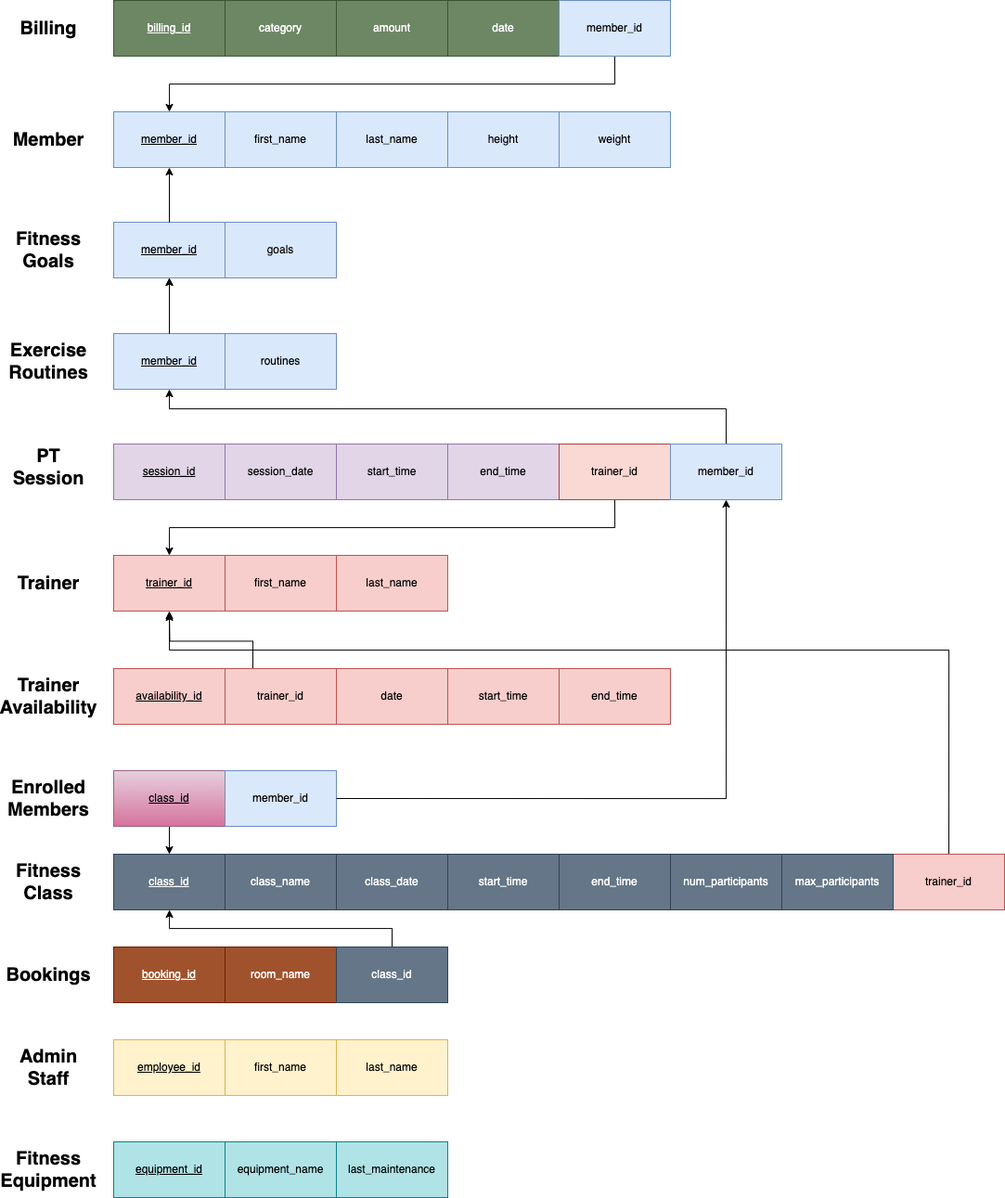
This is Diagrams/Fitness-Club-RD-Schema.png from WillMarcuss/Health-and-Fitness-Club-Management-System, a draw.io export, as it was before one commit. Source tidied: cells renumbered, new cells last; positions are measured from the earlier drawing's top-left corner, leaving out a move shared by most shapes.
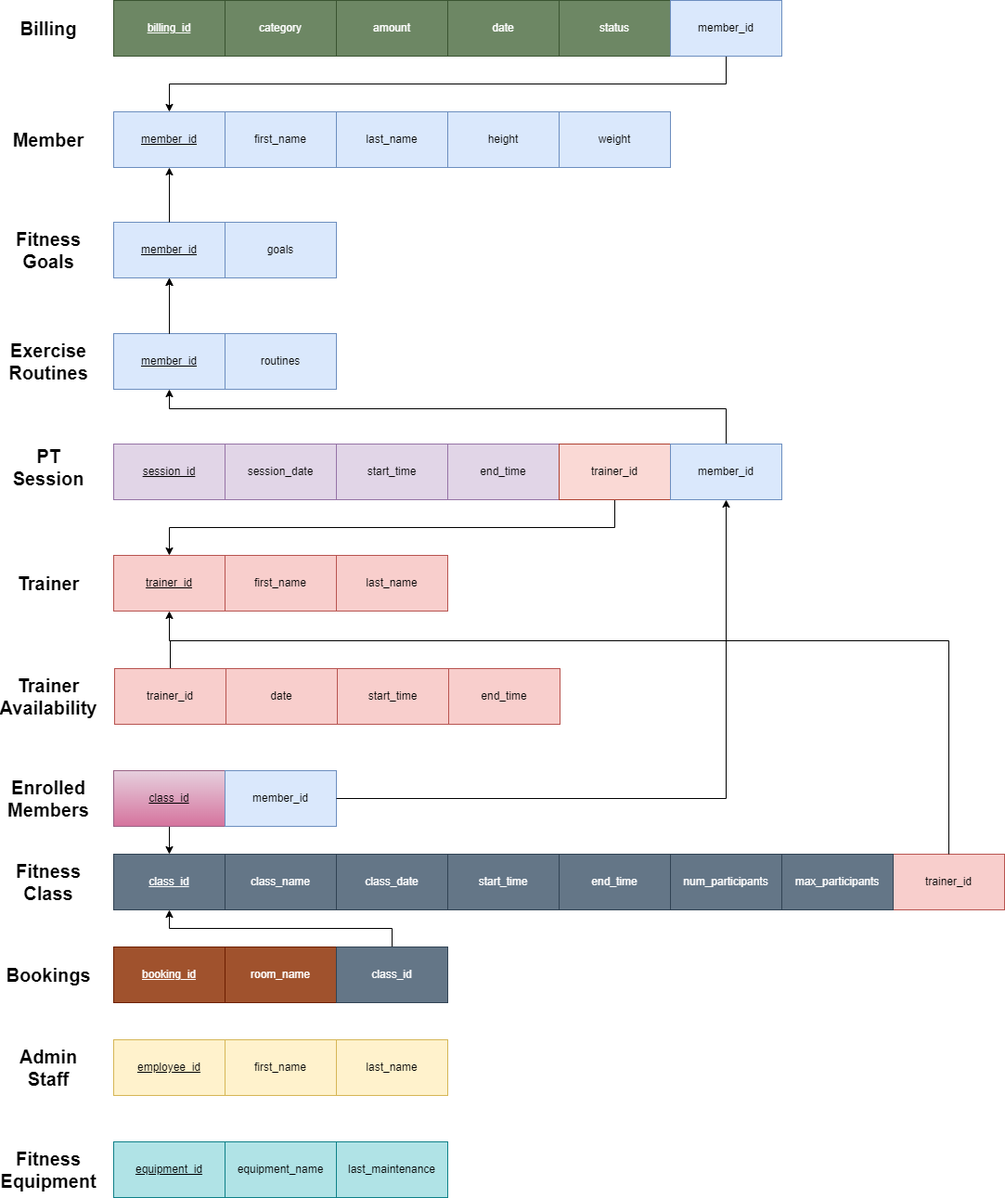
The same diagram one commit later.

What changed in the source:
```diff
@@ -145,14 +145,6 @@
     <mxCell id="47" value="&lt;span style=&quot;font-size: 20px;&quot;&gt;&lt;b&gt;Bookings&lt;/b&gt;&lt;/span&gt;" style="text;html=1;align=center;verticalAlign=middle;whiteSpace=wrap;rounded=0;" parent="42" vertex="1">
       <mxGeometry y="15" width="60" height="30" as="geometry" />
     </mxCell>
-    <mxCell id="48" style="edgeStyle=orthogonalEdgeStyle;rounded=0;jettySize=auto;html=1;exitX=0.5;exitY=0;exitDx=0;exitDy=0;entryX=0.5;entryY=1;entryDx=0;entryDy=0;" parent="1" edge="1" source="71" target="5">
-      <mxGeometry relative="1" as="geometry">
-        <Array as="points">
-          <mxPoint x="1000" y="700" />
-          <mxPoint x="160" y="700" />
-        </Array>
-      </mxGeometry>
-    </mxCell>
     <mxCell id="49" style="group;" parent="1" vertex="1">
       <mxGeometry width="700" height="60" as="geometry" />
     </mxCell>
@@ -171,9 +163,9 @@
     <mxCell id="54" value="date" style="rounded=0;whiteSpace=wrap;html=1;fillColor=#6d8764;strokeColor=#3A5431;fontColor=#ffffff;" parent="49" vertex="1">
       <mxGeometry x="460" width="120" height="60" as="geometry" />
     </mxCell>
-    <mxCell id="55" value="member_id" style="rounded=0;whiteSpace=wrap;html=1;fillColor=#dae8fc;strokeColor=#6c8ebf;" parent="49" vertex="1">
-      <mxGeometry x="580" width="120" height="60" as="geometry" />
-    </mxCell>
+    <mxCell id="89" value="status" style="rounded=0;whiteSpace=wrap;html=1;fillColor=#6d8764;strokeColor=#3A5431;fontColor=#ffffff;" parent="49" vertex="1">
+      <mxGeometry x="580" width="120" height="60" as="geometry" />
+    </mxCell>
     <mxCell id="56" style="group;" parent="1" vertex="1">
       <mxGeometry y="478" width="820" height="60" as="geometry" />
     </mxCell>
@@ -249,20 +241,17 @@
     <mxCell id="80" style="edgeStyle=orthogonalEdgeStyle;rounded=0;jettySize=auto;html=1;exitX=1;exitY=0.5;exitDx=0;exitDy=0;entryX=0.5;entryY=1;entryDx=0;entryDy=0;" parent="1" edge="1" source="69" target="63">
       <mxGeometry relative="1" as="geometry" />
     </mxCell>
-    <mxCell id="81" style="edgeStyle=orthogonalEdgeStyle;rounded=0;jettySize=auto;html=1;exitX=0.25;exitY=0;exitDx=0;exitDy=0;" parent="1" edge="1" source="85">
-      <mxGeometry relative="1" as="geometry">
-        <mxPoint x="160" y="660" as="targetPoint" />
-      </mxGeometry>
-    </mxCell>
     <mxCell id="82" value="&lt;font style=&quot;font-size: 20px;&quot;&gt;&lt;b&gt;Trainer Availability&lt;/b&gt;&lt;/font&gt;" style="text;html=1;align=center;verticalAlign=middle;whiteSpace=wrap;rounded=0;" parent="1" vertex="1">
       <mxGeometry y="735" width="60" height="30" as="geometry" />
     </mxCell>
-    <mxCell id="83" value="&lt;u&gt;availability_id&lt;/u&gt;" style="rounded=0;whiteSpace=wrap;html=1;fillColor=#f8cecc;strokeColor=#b85450;" parent="1" vertex="1">
-      <mxGeometry x="100" y="720" width="120" height="60" as="geometry" />
-    </mxCell>
     <mxCell id="84" style="group;" parent="1" vertex="1">
-      <mxGeometry x="220" y="720" width="480" height="60" as="geometry" />
+      <mxGeometry x="101" y="720" width="480" height="60" as="geometry" />
     </mxCell>
+    <mxCell id="90" style="edgeStyle=orthogonalEdgeStyle;rounded=0;jettySize=auto;html=1;exitX=0.5;exitY=0;exitDx=0;exitDy=0;endArrow=none;endFill=0;" parent="84" edge="1" source="85">
+      <mxGeometry relative="1" as="geometry">
+        <mxPoint x="60" y="-30" as="targetPoint" />
+      </mxGeometry>
+    </mxCell>
     <mxCell id="85" value="trainer_id" style="rounded=0;whiteSpace=wrap;html=1;fillColor=#f8cecc;strokeColor=#b85450;" parent="84" vertex="1">
       <mxGeometry width="120" height="60" as="geometry" />
     </mxCell>
@@ -275,5 +264,16 @@
     <mxCell id="88" value="end_time" style="rounded=0;whiteSpace=wrap;html=1;fillColor=#f8cecc;strokeColor=#b85450;" parent="84" vertex="1">
       <mxGeometry x="360" width="120" height="60" as="geometry" />
     </mxCell>
+    <mxCell id="55" value="member_id" style="rounded=0;whiteSpace=wrap;html=1;fillColor=#dae8fc;strokeColor=#6c8ebf;" parent="1" vertex="1">
+      <mxGeometry x="700" width="120" height="60" as="geometry" />
+    </mxCell>
+    <mxCell id="48" style="edgeStyle=orthogonalEdgeStyle;rounded=0;jettySize=auto;html=1;exitX=0.5;exitY=0;exitDx=0;exitDy=0;entryX=0.5;entryY=1;entryDx=0;entryDy=0;" parent="1" edge="1" source="71" target="5">
+      <mxGeometry relative="1" as="geometry">
+        <Array as="points">
+          <mxPoint x="1000" y="690" />
+          <mxPoint x="160" y="690" />
+        </Array>
+      </mxGeometry>
+    </mxCell>
   </root>
 </mxGraphModel>
```
